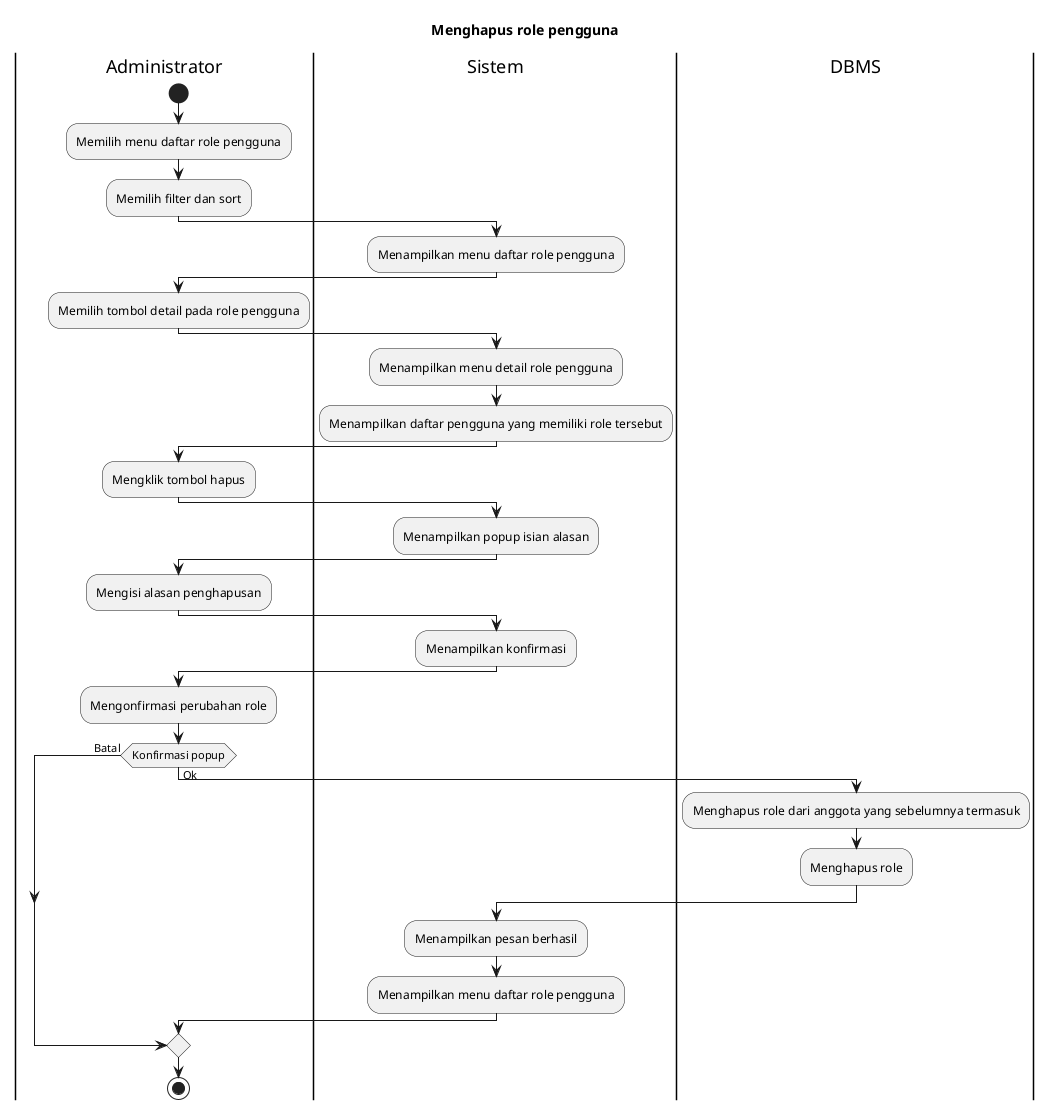
bagusNA/appl-diagrams keeps this PlantUML diagram as export/Activity Diagrams/UC-MGUSER - Manajemen Pengguna/UC-MGUSER-008 - Menghapus role pengguna.png. Above is the earlier version.
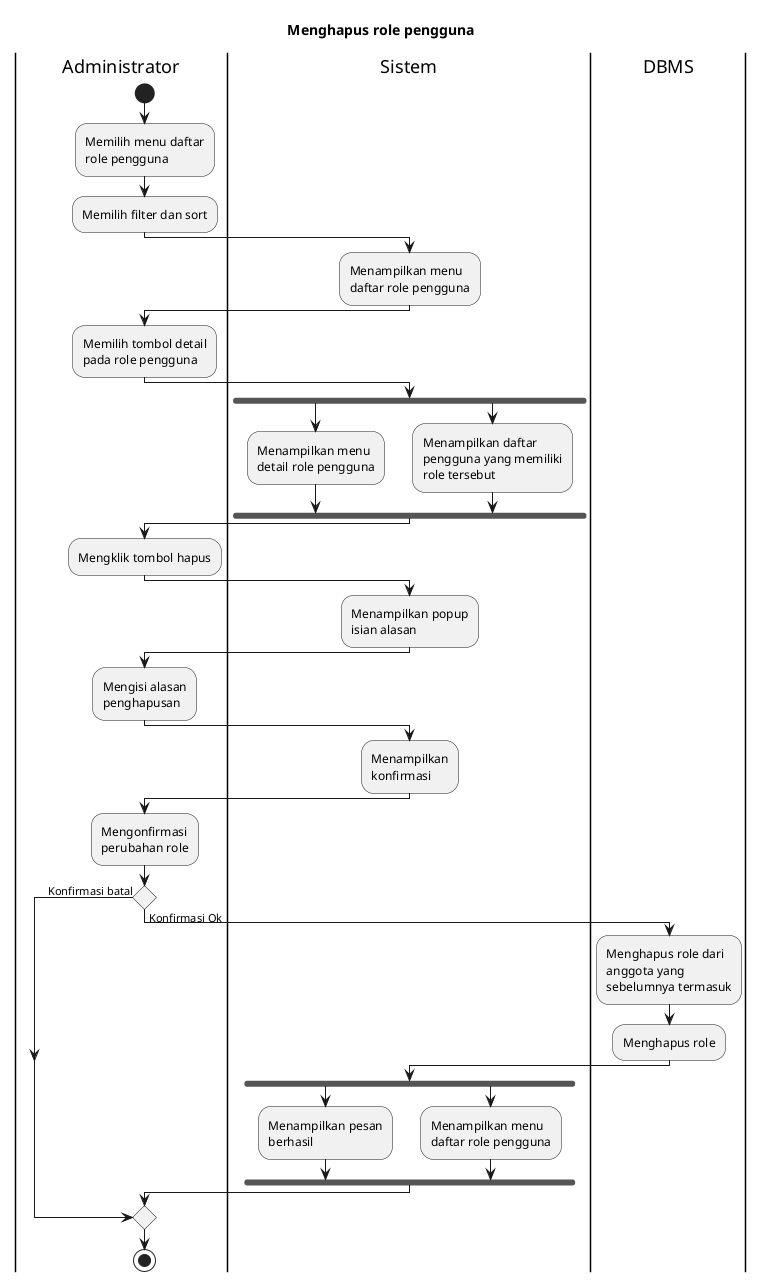
The same diagram one commit later.

The edit, as a diff of the source:
```diff
@@ -1,4 +1,6 @@
 @startuml
+skinparam wrapWidth 140
+
 title Menghapus role pengguna
 
 |Administrator|
@@ -13,8 +15,11 @@
 :Memilih tombol detail pada role pengguna;
 
 |Sistem|
-:Menampilkan menu detail role pengguna;
-:Menampilkan daftar pengguna yang memiliki role tersebut;
+fork
+  :Menampilkan menu detail role pengguna;
+fork again
+  :Menampilkan daftar pengguna yang memiliki role tersebut;
+endfork
 
 |Administrator|
 :Mengklik tombol hapus;
@@ -31,15 +36,18 @@
 |Administrator|
 :Mengonfirmasi perubahan role;
 
-if (Konfirmasi popup) then (Batal)
-else (Ok)
+if () then (Konfirmasi batal)
+else (Konfirmasi Ok)
   |DBMS|
   :Menghapus role dari anggota yang sebelumnya termasuk;
   :Menghapus role;
 
   |Sistem|
+  fork
   :Menampilkan pesan berhasil;
+  fork again
   :Menampilkan menu daftar role pengguna;
+  endfork
 endif
 
 |Administrator|
```
